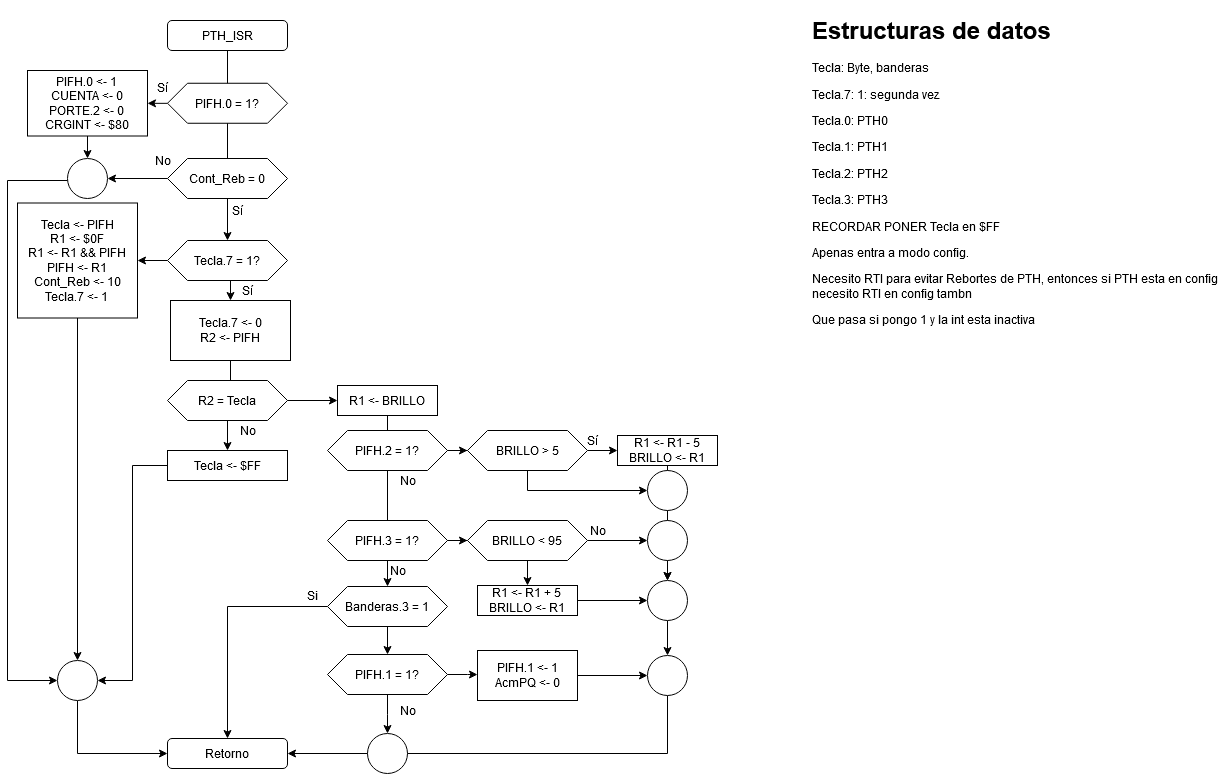
Earlier version of the draw.io export Tarea 5/PTH_ISR.png (robz25/Microprocesadores). Source tidied: cells renumbered, new cells last; positions are measured from the earlier drawing's top-left corner, leaving out a move shared by most shapes.
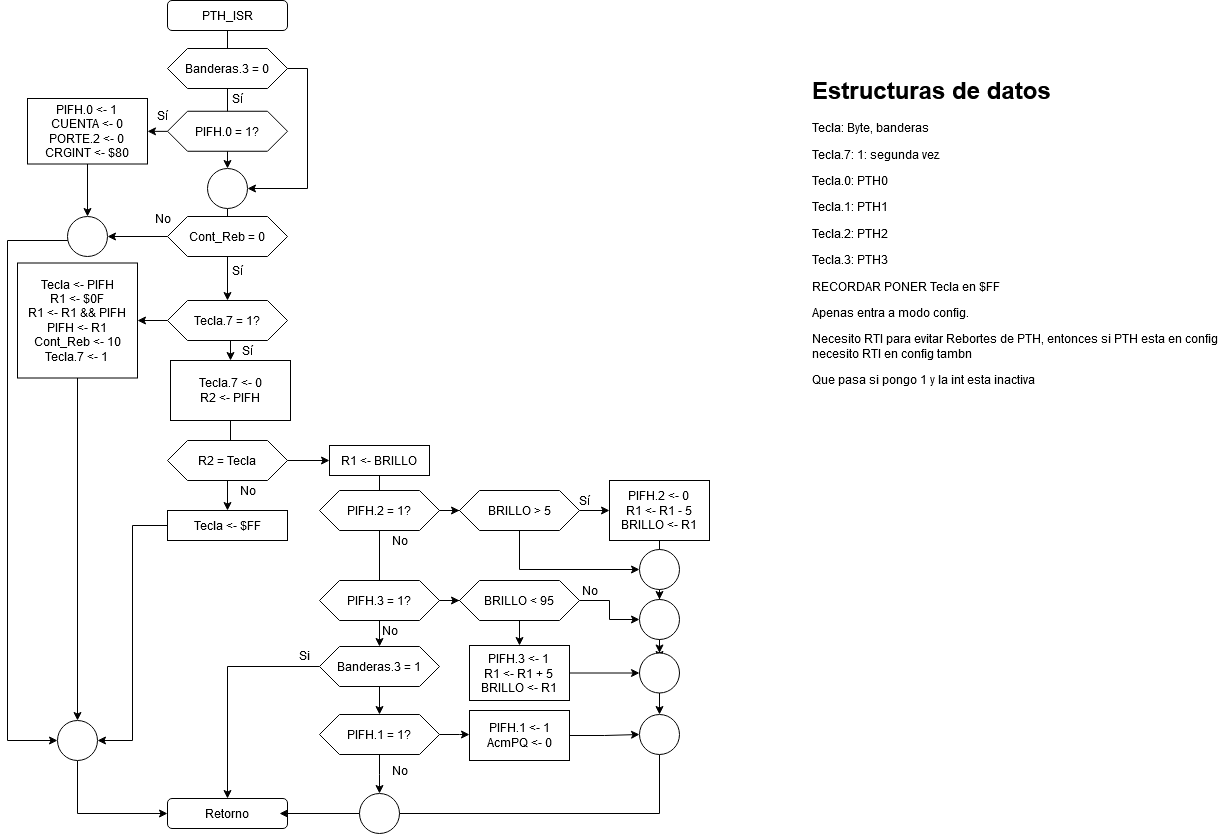
Later version of the same file.

The edit, as a diff of the source:
```diff
@@ -2,22 +2,22 @@
   <root>
     <mxCell id="0" />
     <mxCell id="1" parent="0" />
-    <mxCell id="2" style="edgeStyle=orthogonalEdgeStyle;rounded=0;jettySize=auto;html=1;" parent="1" edge="1" source="3" target="19">
+    <mxCell id="2" style="edgeStyle=orthogonalEdgeStyle;rounded=0;jettySize=auto;html=1;" parent="1" edge="1" source="75" target="19">
       <mxGeometry relative="1" as="geometry" />
     </mxCell>
     <mxCell id="3" value="PTH_ISR" style="rounded=1;whiteSpace=wrap;html=1;" parent="1" vertex="1">
-      <mxGeometry x="160" y="10" width="120" height="30" as="geometry" />
+      <mxGeometry x="160" y="-70" width="120" height="30" as="geometry" />
     </mxCell>
     <mxCell id="4" style="edgeStyle=orthogonalEdgeStyle;rounded=0;jettySize=auto;html=1;" parent="1" edge="1" source="6">
       <mxGeometry relative="1" as="geometry">
-        <mxPoint x="470" y="664.1" as="targetPoint" />
+        <mxPoint x="462" y="664.1" as="targetPoint" />
       </mxGeometry>
     </mxCell>
     <mxCell id="5" style="edgeStyle=orthogonalEdgeStyle;rounded=0;jettySize=auto;html=1;" parent="1" edge="1" source="6" target="69">
       <mxGeometry relative="1" as="geometry" />
     </mxCell>
     <mxCell id="6" value="PIFH.1 = 1?" style="shape=hexagon;perimeter=hexagonPerimeter2;whiteSpace=wrap;html=1;fixedSize=1;" parent="1" vertex="1">
-      <mxGeometry x="320" y="644" width="120" height="40" as="geometry" />
+      <mxGeometry x="312" y="644" width="120" height="40" as="geometry" />
     </mxCell>
     <mxCell id="7" style="edgeStyle=orthogonalEdgeStyle;rounded=0;jettySize=auto;html=1;" parent="1" edge="1" source="48" target="36">
       <mxGeometry relative="1" as="geometry" />
@@ -26,19 +26,19 @@
       <mxGeometry relative="1" as="geometry" />
     </mxCell>
     <mxCell id="9" value="PIFH.3 = 1?" style="shape=hexagon;perimeter=hexagonPerimeter2;whiteSpace=wrap;html=1;fixedSize=1;" parent="1" vertex="1">
-      <mxGeometry x="320" y="510" width="120" height="40" as="geometry" />
+      <mxGeometry x="312" y="510" width="120" height="40" as="geometry" />
     </mxCell>
     <mxCell id="10" style="edgeStyle=orthogonalEdgeStyle;rounded=0;jettySize=auto;html=1;" parent="1" edge="1" source="11" target="71">
       <mxGeometry relative="1" as="geometry" />
     </mxCell>
     <mxCell id="11" value="Cont_Reb = 0" style="shape=hexagon;perimeter=hexagonPerimeter2;whiteSpace=wrap;html=1;fixedSize=1;" parent="1" vertex="1">
-      <mxGeometry x="160" y="148" width="120" height="40" as="geometry" />
+      <mxGeometry x="160" y="146" width="120" height="40" as="geometry" />
     </mxCell>
     <mxCell id="12" value="Retorno" style="rounded=1;whiteSpace=wrap;html=1;" parent="1" vertex="1">
       <mxGeometry x="160" y="728" width="120" height="30" as="geometry" />
     </mxCell>
     <mxCell id="13" value="No" style="text;html=1;align=center;verticalAlign=middle;" parent="1" vertex="1">
-      <mxGeometry x="140" y="140" width="30" height="20" as="geometry" />
+      <mxGeometry x="140" y="138" width="30" height="20" as="geometry" />
     </mxCell>
     <mxCell id="14" value="Sí" style="text;html=1;align=center;verticalAlign=middle;" parent="1" vertex="1">
       <mxGeometry x="215" y="190" width="30" height="20" as="geometry" />
@@ -107,7 +107,7 @@
       <mxGeometry x="225" y="410" width="30" height="20" as="geometry" />
     </mxCell>
     <mxCell id="33" value="&lt;div&gt;PIFH.1 &amp;lt;- 1&lt;/div&gt;&lt;div&gt;AcmPQ &amp;lt;- 0&lt;/div&gt;" style="rounded=0;whiteSpace=wrap;html=1;gradientColor=#ffffff;" parent="1" vertex="1">
-      <mxGeometry x="470" y="640" width="100" height="50" as="geometry" />
+      <mxGeometry x="462" y="640" width="100" height="50" as="geometry" />
     </mxCell>
     <mxCell id="34" style="edgeStyle=orthogonalEdgeStyle;rounded=0;jettySize=auto;html=1;" parent="1" edge="1" source="36" target="12">
       <mxGeometry relative="1" as="geometry" />
@@ -116,47 +116,50 @@
       <mxGeometry relative="1" as="geometry" />
     </mxCell>
     <mxCell id="36" value="Banderas.3 = 1" style="shape=hexagon;perimeter=hexagonPerimeter2;whiteSpace=wrap;html=1;fixedSize=1;" parent="1" vertex="1">
-      <mxGeometry x="320" y="576" width="120" height="40" as="geometry" />
+      <mxGeometry x="312" y="576" width="120" height="40" as="geometry" />
     </mxCell>
     <mxCell id="37" style="edgeStyle=orthogonalEdgeStyle;rounded=0;jettySize=auto;html=1;" parent="1" edge="1" source="61" target="60">
       <mxGeometry relative="1" as="geometry" />
     </mxCell>
     <mxCell id="38" value="No" style="text;html=1;align=center;verticalAlign=middle;points=[];" parent="1" vertex="1">
-      <mxGeometry x="385" y="460" width="30" height="20" as="geometry" />
+      <mxGeometry x="377" y="460" width="30" height="20" as="geometry" />
     </mxCell>
     <mxCell id="39" value="No" style="text;html=1;align=center;verticalAlign=middle;" parent="1" vertex="1">
-      <mxGeometry x="375" y="550" width="30" height="20" as="geometry" />
+      <mxGeometry x="367" y="550" width="30" height="20" as="geometry" />
     </mxCell>
     <mxCell id="40" value="Si" style="text;html=1;align=center;verticalAlign=middle;" parent="1" vertex="1">
-      <mxGeometry x="290" y="575" width="30" height="20" as="geometry" />
+      <mxGeometry x="282" y="575" width="30" height="20" as="geometry" />
     </mxCell>
     <mxCell id="41" value="No" style="text;html=1;align=center;verticalAlign=middle;" parent="1" vertex="1">
-      <mxGeometry x="385" y="690" width="30" height="20" as="geometry" />
+      <mxGeometry x="377" y="690" width="30" height="20" as="geometry" />
     </mxCell>
-    <mxCell id="42" style="edgeStyle=orthogonalEdgeStyle;rounded=0;jettySize=auto;html=1;entryX=1;entryY=0.5;entryDx=0;entryDy=0;" parent="1" edge="1" source="43" target="12">
+    <mxCell id="42" style="edgeStyle=orthogonalEdgeStyle;rounded=0;jettySize=auto;html=1;entryX=1;entryY=0.5;entryDx=0;entryDy=0;" parent="1" edge="1" source="43">
       <mxGeometry relative="1" as="geometry">
+        <mxPoint x="272" y="743" as="targetPoint" />
         <Array as="points">
-          <mxPoint x="660" y="743" />
+          <mxPoint x="652" y="743" />
         </Array>
       </mxGeometry>
     </mxCell>
     <mxCell id="43" style="ellipse;whiteSpace=wrap;html=1;" parent="1" vertex="1">
-      <mxGeometry x="640" y="645" width="40" height="40" as="geometry" />
+      <mxGeometry x="632" y="644" width="40" height="40" as="geometry" />
     </mxCell>
     <mxCell id="44" style="edgeStyle=orthogonalEdgeStyle;rounded=0;jettySize=auto;html=1;" parent="1" edge="1" source="45" target="38">
       <mxGeometry relative="1" as="geometry" />
     </mxCell>
     <mxCell id="45" value="R1 &amp;lt;- BRILLO" style="rounded=0;whiteSpace=wrap;html=1;gradientColor=#ffffff;" parent="1" vertex="1">
-      <mxGeometry x="330" y="375" width="100" height="30" as="geometry" />
+      <mxGeometry x="322" y="375" width="100" height="30" as="geometry" />
     </mxCell>
-    <mxCell id="46" style="edgeStyle=orthogonalEdgeStyle;rounded=0;jettySize=auto;html=1;" parent="1" edge="1" source="29" target="45">
-      <mxGeometry relative="1" as="geometry" />
+    <mxCell id="46" style="edgeStyle=orthogonalEdgeStyle;rounded=0;jettySize=auto;html=1;" parent="1" edge="1" target="45">
+      <mxGeometry relative="1" as="geometry">
+        <mxPoint x="280" y="390" as="sourcePoint" />
+      </mxGeometry>
     </mxCell>
     <mxCell id="47" style="edgeStyle=orthogonalEdgeStyle;rounded=0;jettySize=auto;html=1;" parent="1" edge="1" source="48" target="51">
       <mxGeometry relative="1" as="geometry" />
     </mxCell>
     <mxCell id="48" value="PIFH.2 = 1?" style="shape=hexagon;perimeter=hexagonPerimeter2;whiteSpace=wrap;html=1;fixedSize=1;" parent="1" vertex="1">
-      <mxGeometry x="320" y="420" width="120" height="40" as="geometry" />
+      <mxGeometry x="312" y="420" width="120" height="40" as="geometry" />
     </mxCell>
     <mxCell id="49" style="edgeStyle=orthogonalEdgeStyle;rounded=0;jettySize=auto;html=1;" parent="1" edge="1" source="51" target="53">
       <mxGeometry relative="1" as="geometry" />
@@ -164,20 +167,24 @@
     <mxCell id="50" style="edgeStyle=orthogonalEdgeStyle;rounded=0;jettySize=auto;html=1;entryX=0;entryY=0.5;entryDx=0;entryDy=0;" parent="1" edge="1" source="51" target="61">
       <mxGeometry relative="1" as="geometry">
         <Array as="points">
-          <mxPoint x="520" y="480" />
+          <mxPoint x="512" y="499" />
         </Array>
       </mxGeometry>
     </mxCell>
     <mxCell id="51" value="BRILLO &amp;gt; 5" style="shape=hexagon;perimeter=hexagonPerimeter2;whiteSpace=wrap;html=1;fixedSize=1;" parent="1" vertex="1">
-      <mxGeometry x="460" y="420" width="120" height="40" as="geometry" />
+      <mxGeometry x="452" y="420" width="120" height="40" as="geometry" />
     </mxCell>
-    <mxCell id="52" style="edgeStyle=orthogonalEdgeStyle;rounded=0;jettySize=auto;html=1;" parent="1" edge="1" source="53">
+    <mxCell id="52" style="edgeStyle=orthogonalEdgeStyle;rounded=0;orthogonalLoop=1;jettySize=auto;html=1;" parent="1" edge="1">
       <mxGeometry relative="1" as="geometry">
-        <mxPoint x="660" y="570" as="targetPoint" />
+        <mxPoint x="652" y="474" as="sourcePoint" />
+        <mxPoint x="652" y="589" as="targetPoint" />
       </mxGeometry>
     </mxCell>
+    <mxCell id="72" style="edgeStyle=orthogonalEdgeStyle;rounded=0;jettySize=auto;html=1;" parent="1" edge="1" source="53" target="62">
+      <mxGeometry relative="1" as="geometry" />
+    </mxCell>
-    <mxCell id="53" value="&lt;div&gt;R1 &amp;lt;- R1 - 5&lt;/div&gt;&lt;div&gt;BRILLO &amp;lt;- R1&lt;br&gt;&lt;/div&gt;" style="rounded=0;whiteSpace=wrap;html=1;gradientColor=#ffffff;" parent="1" vertex="1">
-      <mxGeometry x="610" y="425" width="100" height="30" as="geometry" />
+    <mxCell id="53" value="&lt;div&gt;PIFH.2 &amp;lt;- 0&lt;br&gt;&lt;/div&gt;&lt;div&gt;R1 &amp;lt;- R1 - 5&lt;/div&gt;&lt;div&gt;BRILLO &amp;lt;- R1&lt;br&gt;&lt;/div&gt;" style="rounded=0;whiteSpace=wrap;html=1;gradientColor=#ffffff;" parent="1" vertex="1">
+      <mxGeometry x="602" y="410" width="100" height="60" as="geometry" />
     </mxCell>
     <mxCell id="54" style="edgeStyle=orthogonalEdgeStyle;rounded=0;jettySize=auto;html=1;" parent="1" edge="1" source="56" target="58">
       <mxGeometry relative="1" as="geometry" />
@@ -186,54 +193,72 @@
       <mxGeometry relative="1" as="geometry" />
     </mxCell>
     <mxCell id="56" value="BRILLO &amp;lt; 95" style="shape=hexagon;perimeter=hexagonPerimeter2;whiteSpace=wrap;html=1;fixedSize=1;" parent="1" vertex="1">
-      <mxGeometry x="460" y="510" width="120" height="40" as="geometry" />
+      <mxGeometry x="452" y="510" width="120" height="40" as="geometry" />
     </mxCell>
-    <mxCell id="57" style="edgeStyle=orthogonalEdgeStyle;rounded=0;jettySize=auto;html=1;" parent="1" edge="1" source="58">
-      <mxGeometry relative="1" as="geometry">
-        <mxPoint x="640" y="590" as="targetPoint" />
-      </mxGeometry>
-    </mxCell>
+    <mxCell id="73" style="edgeStyle=orthogonalEdgeStyle;rounded=0;jettySize=auto;html=1;" parent="1" edge="1" source="58" target="60">
+      <mxGeometry relative="1" as="geometry" />
+    </mxCell>
-    <mxCell id="58" value="&lt;div&gt;R1 &amp;lt;- R1 + 5&lt;/div&gt;&lt;div&gt;BRILLO &amp;lt;- R1&lt;br&gt;&lt;/div&gt;" style="rounded=0;whiteSpace=wrap;html=1;gradientColor=#ffffff;" parent="1" vertex="1">
-      <mxGeometry x="470" y="575" width="100" height="30" as="geometry" />
+    <mxCell id="58" value="&lt;div&gt;PIFH.3 &amp;lt;- 1&lt;br&gt;&lt;/div&gt;&lt;div&gt;R1 &amp;lt;- R1 + 5&lt;/div&gt;&lt;div&gt;BRILLO &amp;lt;- R1&lt;br&gt;&lt;/div&gt;" style="rounded=0;whiteSpace=wrap;html=1;gradientColor=#ffffff;" parent="1" vertex="1">
+      <mxGeometry x="462" y="575" width="100" height="55" as="geometry" />
     </mxCell>
     <mxCell id="59" style="edgeStyle=orthogonalEdgeStyle;rounded=0;jettySize=auto;html=1;" parent="1" edge="1" source="60" target="43">
       <mxGeometry relative="1" as="geometry" />
     </mxCell>
     <mxCell id="60" style="ellipse;whiteSpace=wrap;html=1;" parent="1" vertex="1">
-      <mxGeometry x="640" y="570" width="40" height="40" as="geometry" />
+      <mxGeometry x="632" y="582.5" width="40" height="40" as="geometry" />
     </mxCell>
     <mxCell id="61" style="ellipse;whiteSpace=wrap;html=1;" parent="1" vertex="1">
-      <mxGeometry x="640" y="460" width="40" height="40" as="geometry" />
+      <mxGeometry x="632" y="479" width="40" height="40" as="geometry" />
     </mxCell>
     <mxCell id="62" style="ellipse;whiteSpace=wrap;html=1;" parent="1" vertex="1">
-      <mxGeometry x="640" y="510" width="40" height="40" as="geometry" />
+      <mxGeometry x="632" y="529" width="40" height="40" as="geometry" />
     </mxCell>
     <mxCell id="63" value="No" style="text;html=1;align=center;verticalAlign=middle;" parent="1" vertex="1">
-      <mxGeometry x="575" y="510" width="30" height="20" as="geometry" />
+      <mxGeometry x="567" y="510" width="30" height="20" as="geometry" />
     </mxCell>
     <mxCell id="64" value="Sí" style="text;html=1;align=center;verticalAlign=middle;" parent="1" vertex="1">
-      <mxGeometry x="570" y="420" width="30" height="20" as="geometry" />
+      <mxGeometry x="562" y="420" width="30" height="20" as="geometry" />
     </mxCell>
     <mxCell id="65" style="edgeStyle=orthogonalEdgeStyle;rounded=0;jettySize=auto;html=1;" parent="1" edge="1" source="66" target="68">
       <mxGeometry relative="1" as="geometry" />
     </mxCell>
-    <mxCell id="66" value="PIFH.0 = 1?" style="shape=hexagon;perimeter=hexagonPerimeter2;whiteSpace=wrap;html=1;fixedSize=1;" parent="1" vertex="1">
-      <mxGeometry x="160" y="72.8" width="120" height="40" as="geometry" />
-    </mxCell>
-    <mxCell id="67" style="edgeStyle=orthogonalEdgeStyle;rounded=0;jettySize=auto;html=1;" parent="1" edge="1" source="68" target="71">
+    <mxCell id="67" style="edgeStyle=orthogonalEdgeStyle;rounded=0;jettySize=auto;html=1;exitX=0.5;exitY=1;exitDx=0;exitDy=0;" parent="1" edge="1" source="68" target="71">
       <mxGeometry relative="1" as="geometry" />
     </mxCell>
     <mxCell id="68" value="&lt;div&gt;PIFH.0 &amp;lt;- 1&lt;/div&gt;&lt;div&gt;CUENTA &amp;lt;- 0&lt;/div&gt;&lt;div&gt;PORTE.2 &amp;lt;- 0&lt;br&gt;&lt;/div&gt;&lt;div&gt;CRGINT &amp;lt;- $80&lt;br&gt;&lt;/div&gt;" style="rounded=0;whiteSpace=wrap;html=1;" parent="1" vertex="1">
-      <mxGeometry x="20" y="60" width="120" height="65.5" as="geometry" />
+      <mxGeometry x="20" y="28" width="120" height="65.5" as="geometry" />
     </mxCell>
     <mxCell id="69" style="ellipse;whiteSpace=wrap;html=1;" parent="1" vertex="1">
-      <mxGeometry x="360" y="723" width="40" height="40" as="geometry" />
+      <mxGeometry x="352" y="723" width="40" height="40" as="geometry" />
     </mxCell>
     <mxCell id="70" value="&lt;div&gt;Sí&lt;/div&gt;&lt;div&gt;&lt;br&gt;&lt;/div&gt;" style="text;html=1;align=center;verticalAlign=middle;" parent="1" vertex="1">
-      <mxGeometry x="140" y="70" width="30" height="30" as="geometry" />
+      <mxGeometry x="140" y="38" width="30" height="30" as="geometry" />
     </mxCell>
     <mxCell id="71" style="ellipse;whiteSpace=wrap;html=1;" parent="1" vertex="1">
-      <mxGeometry x="60" y="148" width="40" height="40" as="geometry" />
+      <mxGeometry x="60" y="146" width="40" height="40" as="geometry" />
     </mxCell>
+    <mxCell id="74" value="Sí" style="text;html=1;align=center;verticalAlign=middle;" parent="1" vertex="1">
+      <mxGeometry x="215" y="18" width="30" height="20" as="geometry" />
+    </mxCell>
+    <mxCell id="75" style="ellipse;whiteSpace=wrap;html=1;" parent="1" vertex="1">
+      <mxGeometry x="200" y="98" width="40" height="40" as="geometry" />
+    </mxCell>
+    <mxCell id="76" style="edgeStyle=orthogonalEdgeStyle;rounded=0;jettySize=auto;html=1;" parent="1" edge="1" source="3" target="75">
+      <mxGeometry relative="1" as="geometry" />
+    </mxCell>
+    <mxCell id="77" style="edgeStyle=orthogonalEdgeStyle;rounded=0;jettySize=auto;html=1;entryX=1;entryY=0.5;entryDx=0;entryDy=0;" parent="1" edge="1" source="78" target="75">
+      <mxGeometry relative="1" as="geometry">
+        <Array as="points">
+          <mxPoint x="300" y="-2" />
+          <mxPoint x="300" y="118" />
+        </Array>
+      </mxGeometry>
+    </mxCell>
+    <mxCell id="78" value="Banderas.3 = 0" style="shape=hexagon;perimeter=hexagonPerimeter2;whiteSpace=wrap;html=1;fixedSize=1;" parent="1" vertex="1">
+      <mxGeometry x="160" y="-22" width="120" height="40" as="geometry" />
+    </mxCell>
+    <mxCell id="66" value="PIFH.0 = 1?" style="shape=hexagon;perimeter=hexagonPerimeter2;whiteSpace=wrap;html=1;fixedSize=1;" parent="1" vertex="1">
+      <mxGeometry x="160" y="40.8" width="120" height="40" as="geometry" />
+    </mxCell>
   </root>
 </mxGraphModel>
```
